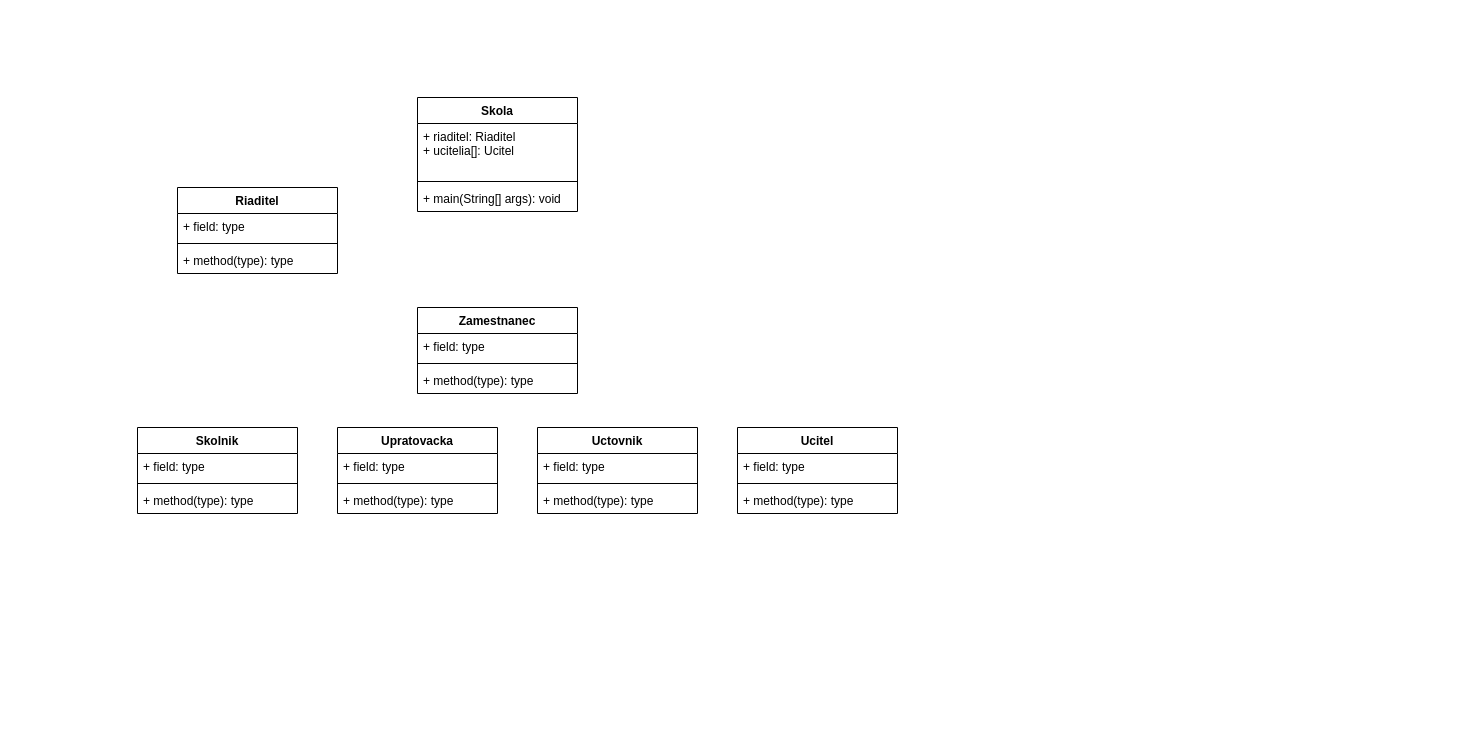
Above: Untitled Diagram.drawio in okmada123/draw.io (draw.io), before the change. Source tidied: cells renumbered, new cells numbered last; positions are measured from the earlier drawing's top-left corner, leaving out a move shared by most shapes. Both pictures are drawn from the tidied source at 100%, with x=0, y=0 at pixel (137, 97).
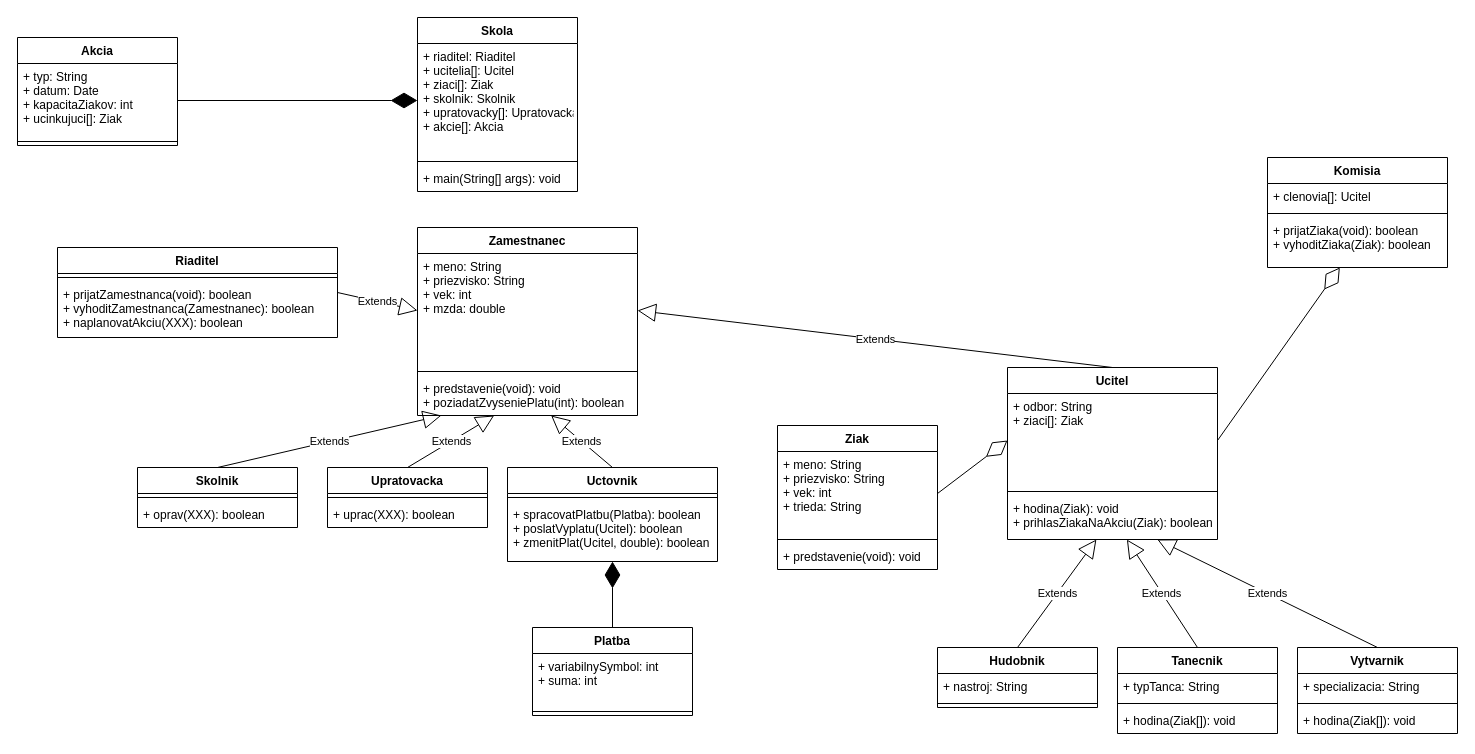
Above is the later version.

What changed in the source:
```diff
@@
     <mxCell id="2" value="Skola" style="swimlane;fontStyle=1;align=center;verticalAlign=top;horizontal=1;startSize=26;" parent="1" vertex="1">
-      <mxGeometry x="280" width="160" height="114" as="geometry" />
+      <mxGeometry x="280" y="-80" width="160" height="174" as="geometry" />
     </mxCell>
-    <mxCell id="3" value="+ riaditel: Riaditel&#10;+ ucitelia[]: Ucitel" style="text;strokeColor=none;fillColor=none;align=left;verticalAlign=top;spacingLeft=4;spacingRight=4;overflow=hidden;points=[[0,0.5],[1,0.5]];portConstraint=eastwest;" parent="2" vertex="1">
-      <mxGeometry y="26" width="160" height="54" as="geometry" />
+    <mxCell id="3" value="+ riaditel: Riaditel&#10;+ ucitelia[]: Ucitel&#10;+ ziaci[]: Ziak&#10;+ skolnik: Skolnik&#10;+ upratovacky[]: Upratovacka&#10;+ akcie[]: Akcia" style="text;strokeColor=none;fillColor=none;align=left;verticalAlign=top;spacingLeft=4;spacingRight=4;overflow=hidden;points=[[0,0.5],[1,0.5]];portConstraint=eastwest;" parent="2" vertex="1">
+      <mxGeometry y="26" width="160" height="114" as="geometry" />
     </mxCell>
     <mxCell id="4" style="line;strokeWidth=1;fillColor=none;align=left;verticalAlign=middle;spacingTop=-1;spacingLeft=3;spacingRight=3;labelPosition=right;" parent="2" vertex="1">
-      <mxGeometry y="80" width="160" height="8" as="geometry" />
+      <mxGeometry y="140" width="160" height="8" as="geometry" />
     </mxCell>
     <mxCell id="5" value="+ main(String[] args): void" style="text;strokeColor=none;fillColor=none;align=left;verticalAlign=top;spacingLeft=4;spacingRight=4;overflow=hidden;" parent="2" vertex="1">
-      <mxGeometry y="88" width="160" height="26" as="geometry" />
+      <mxGeometry y="148" width="160" height="26" as="geometry" />
     </mxCell>
     <mxCell id="6" value="Riaditel" style="swimlane;fontStyle=1;align=center;verticalAlign=top;horizontal=1;startSize=26;" parent="1" vertex="1">
-      <mxGeometry x="40" y="90" width="160" height="86" as="geometry" />
+      <mxGeometry x="-80" y="150" width="280" height="90" as="geometry" />
     </mxCell>
-    <mxCell id="7" value="+ field: type" style="text;strokeColor=none;fillColor=none;align=left;verticalAlign=top;spacingLeft=4;spacingRight=4;overflow=hidden;" parent="6" vertex="1">
-      <mxGeometry y="26" width="160" height="26" as="geometry" />
-    </mxCell>
     <mxCell id="8" style="line;strokeWidth=1;fillColor=none;align=left;verticalAlign=middle;spacingTop=-1;spacingLeft=3;spacingRight=3;labelPosition=right;" parent="6" vertex="1">
-      <mxGeometry y="52" width="160" height="8" as="geometry" />
+      <mxGeometry y="26" width="280" height="8" as="geometry" />
     </mxCell>
-    <mxCell id="9" value="+ method(type): type" style="text;strokeColor=none;fillColor=none;align=left;verticalAlign=top;spacingLeft=4;spacingRight=4;overflow=hidden;" parent="6" vertex="1">
-      <mxGeometry y="60" width="160" height="26" as="geometry" />
+    <mxCell id="9" value="+ prijatZamestnanca(void): boolean&#10;+ vyhoditZamestnanca(Zamestnanec): boolean&#10;+ naplanovatAkciu(XXX): boolean" style="text;strokeColor=none;fillColor=none;align=left;verticalAlign=top;spacingLeft=4;spacingRight=4;overflow=hidden;" parent="6" vertex="1">
+      <mxGeometry y="34" width="280" height="56" as="geometry" />
     </mxCell>
     <mxCell id="10" value="Zamestnanec" style="swimlane;fontStyle=1;align=center;verticalAlign=top;horizontal=1;startSize=26;" parent="1" vertex="1">
-      <mxGeometry x="280" y="210" width="160" height="86" as="geometry" />
+      <mxGeometry x="280" y="130" width="220" height="188" as="geometry" />
     </mxCell>
-    <mxCell id="11" value="+ field: type" style="text;strokeColor=none;fillColor=none;align=left;verticalAlign=top;spacingLeft=4;spacingRight=4;overflow=hidden;points=[[0,0.5],[1,0.5]];portConstraint=eastwest;" parent="10" vertex="1">
-      <mxGeometry y="26" width="160" height="26" as="geometry" />
+    <mxCell id="11" value="+ meno: String&#10;+ priezvisko: String&#10;+ vek: int&#10;+ mzda: double" style="text;strokeColor=none;fillColor=none;align=left;verticalAlign=top;spacingLeft=4;spacingRight=4;overflow=hidden;points=[[0,0.5],[1,0.5]];portConstraint=eastwest;" parent="10" vertex="1">
+      <mxGeometry y="26" width="220" height="114" as="geometry" />
     </mxCell>
     <mxCell id="12" style="line;strokeWidth=1;fillColor=none;align=left;verticalAlign=middle;spacingTop=-1;spacingLeft=3;spacingRight=3;labelPosition=right;" parent="10" vertex="1">
-      <mxGeometry y="52" width="160" height="8" as="geometry" />
+      <mxGeometry y="140" width="220" height="8" as="geometry" />
     </mxCell>
-    <mxCell id="13" value="+ method(type): type" style="text;strokeColor=none;fillColor=none;align=left;verticalAlign=top;spacingLeft=4;spacingRight=4;overflow=hidden;points=[[0,0.5],[1,0.5]];portConstraint=eastwest;" parent="10" vertex="1">
-      <mxGeometry y="60" width="160" height="26" as="geometry" />
+    <mxCell id="13" value="+ predstavenie(void): void&#10;+ poziadatZvyseniePlatu(int): boolean" style="text;strokeColor=none;fillColor=none;align=left;verticalAlign=top;spacingLeft=4;spacingRight=4;overflow=hidden;points=[[0,0.5],[1,0.5]];portConstraint=eastwest;" parent="10" vertex="1">
+      <mxGeometry y="148" width="220" height="40" as="geometry" />
     </mxCell>
     <mxCell id="14" value="Skolnik" style="swimlane;fontStyle=1;align=center;verticalAlign=top;horizontal=1;startSize=26;" parent="1" vertex="1">
-      <mxGeometry y="330" width="160" height="86" as="geometry" />
+      <mxGeometry y="370" width="160" height="60" as="geometry" />
     </mxCell>
-    <mxCell id="15" value="+ field: type" style="text;strokeColor=none;fillColor=none;align=left;verticalAlign=top;spacingLeft=4;spacingRight=4;overflow=hidden;" parent="14" vertex="1">
-      <mxGeometry y="26" width="160" height="26" as="geometry" />
-    </mxCell>
     <mxCell id="16" style="line;strokeWidth=1;fillColor=none;align=left;verticalAlign=middle;spacingTop=-1;spacingLeft=3;spacingRight=3;labelPosition=right;" parent="14" vertex="1">
-      <mxGeometry y="52" width="160" height="8" as="geometry" />
+      <mxGeometry y="26" width="160" height="8" as="geometry" />
     </mxCell>
-    <mxCell id="17" value="+ method(type): type" style="text;strokeColor=none;fillColor=none;align=left;verticalAlign=top;spacingLeft=4;spacingRight=4;overflow=hidden;" parent="14" vertex="1">
-      <mxGeometry y="60" width="160" height="26" as="geometry" />
+    <mxCell id="17" value="+ oprav(XXX): boolean" style="text;strokeColor=none;fillColor=none;align=left;verticalAlign=top;spacingLeft=4;spacingRight=4;overflow=hidden;" parent="14" vertex="1">
+      <mxGeometry y="34" width="160" height="26" as="geometry" />
     </mxCell>
     <mxCell id="18" value="Upratovacka" style="swimlane;fontStyle=1;align=center;verticalAlign=top;horizontal=1;startSize=26;" parent="1" vertex="1">
-      <mxGeometry x="200" y="330" width="160" height="86" as="geometry" />
+      <mxGeometry x="190" y="370" width="160" height="60" as="geometry" />
     </mxCell>
-    <mxCell id="19" value="+ field: type" style="text;strokeColor=none;fillColor=none;align=left;verticalAlign=top;spacingLeft=4;spacingRight=4;overflow=hidden;" parent="18" vertex="1">
-      <mxGeometry y="26" width="160" height="26" as="geometry" />
-    </mxCell>
     <mxCell id="20" style="line;strokeWidth=1;fillColor=none;align=left;verticalAlign=middle;spacingTop=-1;spacingLeft=3;spacingRight=3;labelPosition=right;" parent="18" vertex="1">
-      <mxGeometry y="52" width="160" height="8" as="geometry" />
+      <mxGeometry y="26" width="160" height="8" as="geometry" />
     </mxCell>
-    <mxCell id="21" value="+ method(type): type" style="text;strokeColor=none;fillColor=none;align=left;verticalAlign=top;spacingLeft=4;spacingRight=4;overflow=hidden;" parent="18" vertex="1">
-      <mxGeometry y="60" width="160" height="26" as="geometry" />
+    <mxCell id="21" value="+ uprac(XXX): boolean" style="text;strokeColor=none;fillColor=none;align=left;verticalAlign=top;spacingLeft=4;spacingRight=4;overflow=hidden;" parent="18" vertex="1">
+      <mxGeometry y="34" width="160" height="26" as="geometry" />
     </mxCell>
     <mxCell id="22" value="Uctovnik" style="swimlane;fontStyle=1;align=center;verticalAlign=top;horizontal=1;startSize=26;" parent="1" vertex="1">
-      <mxGeometry x="400" y="330" width="160" height="86" as="geometry" />
+      <mxGeometry x="370" y="370" width="210" height="94" as="geometry" />
     </mxCell>
-    <mxCell id="23" value="+ field: type" style="text;strokeColor=none;fillColor=none;align=left;verticalAlign=top;spacingLeft=4;spacingRight=4;overflow=hidden;" parent="22" vertex="1">
-      <mxGeometry y="26" width="160" height="26" as="geometry" />
-    </mxCell>
     <mxCell id="24" style="line;strokeWidth=1;fillColor=none;align=left;verticalAlign=middle;spacingTop=-1;spacingLeft=3;spacingRight=3;labelPosition=right;" parent="22" vertex="1">
-      <mxGeometry y="52" width="160" height="8" as="geometry" />
+      <mxGeometry y="26" width="210" height="8" as="geometry" />
     </mxCell>
-    <mxCell id="25" value="+ method(type): type" style="text;strokeColor=none;fillColor=none;align=left;verticalAlign=top;spacingLeft=4;spacingRight=4;overflow=hidden;points=[[0,0.5],[1,0.5]];portConstraint=eastwest;" parent="22" vertex="1">
-      <mxGeometry y="60" width="160" height="26" as="geometry" />
+    <mxCell id="25" value="+ spracovatPlatbu(Platba): boolean&#10;+ poslatVyplatu(Ucitel): boolean&#10;+ zmenitPlat(Ucitel, double): boolean" style="text;strokeColor=none;fillColor=none;align=left;verticalAlign=top;spacingLeft=4;spacingRight=4;overflow=hidden;points=[[0,0.5],[1,0.5]];portConstraint=eastwest;" parent="22" vertex="1">
+      <mxGeometry y="34" width="210" height="60" as="geometry" />
     </mxCell>
     <mxCell id="26" value="Ucitel" style="swimlane;fontStyle=1;align=center;verticalAlign=top;horizontal=1;startSize=26;" parent="1" vertex="1">
-      <mxGeometry x="600" y="330" width="160" height="86" as="geometry" />
+      <mxGeometry x="870" y="270" width="210" height="172" as="geometry" />
     </mxCell>
-    <mxCell id="27" value="+ field: type" style="text;strokeColor=none;fillColor=none;align=left;verticalAlign=top;spacingLeft=4;spacingRight=4;overflow=hidden;points=[[0,0.5],[1,0.5]];portConstraint=eastwest;" parent="26" vertex="1">
-      <mxGeometry y="26" width="160" height="26" as="geometry" />
+    <mxCell id="27" value="+ odbor: String&#10;+ ziaci[]: Ziak" style="text;strokeColor=none;fillColor=none;align=left;verticalAlign=top;spacingLeft=4;spacingRight=4;overflow=hidden;points=[[0,0.5],[1,0.5]];portConstraint=eastwest;" parent="26" vertex="1">
+      <mxGeometry y="26" width="210" height="94" as="geometry" />
     </mxCell>
     <mxCell id="28" style="line;strokeWidth=1;fillColor=none;align=left;verticalAlign=middle;spacingTop=-1;spacingLeft=3;spacingRight=3;labelPosition=right;" parent="26" vertex="1">
-      <mxGeometry y="52" width="160" height="8" as="geometry" />
+      <mxGeometry y="120" width="210" height="8" as="geometry" />
     </mxCell>
-    <mxCell id="29" value="+ method(type): type" style="text;strokeColor=none;fillColor=none;align=left;verticalAlign=top;spacingLeft=4;spacingRight=4;overflow=hidden;points=[[0,0.5],[1,0.5]];portConstraint=eastwest;" parent="26" vertex="1">
-      <mxGeometry y="60" width="160" height="26" as="geometry" />
+    <mxCell id="29" value="+ hodina(Ziak): void&#10;+ prihlasZiakaNaAkciu(Ziak): boolean" style="text;strokeColor=none;fillColor=none;align=left;verticalAlign=top;spacingLeft=4;spacingRight=4;overflow=hidden;points=[[0,0.5],[1,0.5]];portConstraint=eastwest;" parent="26" vertex="1">
+      <mxGeometry y="128" width="210" height="44" as="geometry" />
     </mxCell>
+    <mxCell id="30" value="Ziak" style="swimlane;fontStyle=1;align=center;verticalAlign=top;horizontal=1;startSize=26;" parent="1" vertex="1">
+      <mxGeometry x="640" y="328" width="160" height="144" as="geometry" />
+    </mxCell>
+    <mxCell id="31" value="+ meno: String&#10;+ priezvisko: String&#10;+ vek: int&#10;+ trieda: String" style="text;strokeColor=none;fillColor=none;align=left;verticalAlign=top;spacingLeft=4;spacingRight=4;overflow=hidden;points=[[0,0.5],[1,0.5]];portConstraint=eastwest;" parent="30" vertex="1">
+      <mxGeometry y="26" width="160" height="84" as="geometry" />
+    </mxCell>
+    <mxCell id="32" style="line;strokeWidth=1;fillColor=none;align=left;verticalAlign=middle;spacingTop=-1;spacingLeft=3;spacingRight=3;labelPosition=right;" parent="30" vertex="1">
+      <mxGeometry y="110" width="160" height="8" as="geometry" />
+    </mxCell>
+    <mxCell id="33" value="+ predstavenie(void): void" style="text;strokeColor=none;fillColor=none;align=left;verticalAlign=top;spacingLeft=4;spacingRight=4;overflow=hidden;" parent="30" vertex="1">
+      <mxGeometry y="118" width="160" height="26" as="geometry" />
+    </mxCell>
+    <mxCell id="34" value="Extends" style="endArrow=block;endSize=16;endFill=0;html=1;exitX=0.5;exitY=0;exitDx=0;exitDy=0;" parent="1" edge="1" source="14" target="13">
+      <mxGeometry relative="1" as="geometry" />
+    </mxCell>
+    <mxCell id="35" value="Extends" style="endArrow=block;endSize=16;endFill=0;html=1;exitX=0.5;exitY=0;exitDx=0;exitDy=0;" parent="1" edge="1" source="18" target="13">
+      <mxGeometry relative="1" as="geometry" />
+    </mxCell>
+    <mxCell id="36" value="Extends" style="endArrow=block;endSize=16;endFill=0;html=1;exitX=0.5;exitY=0;exitDx=0;exitDy=0;" parent="1" edge="1" source="22" target="13">
+      <mxGeometry relative="1" as="geometry" />
+    </mxCell>
+    <mxCell id="37" value="Extends" style="endArrow=block;endSize=16;endFill=0;html=1;exitX=0.5;exitY=0;exitDx=0;exitDy=0;entryX=1;entryY=0.5;entryDx=0;entryDy=0;" parent="1" edge="1" source="26" target="11">
+      <mxGeometry relative="1" as="geometry" />
+    </mxCell>
+    <mxCell id="38" value="Extends" style="endArrow=block;endSize=16;endFill=0;html=1;exitX=1;exitY=0.5;exitDx=0;exitDy=0;entryX=0;entryY=0.5;entryDx=0;entryDy=0;" parent="1" edge="1" source="6" target="11">
+      <mxGeometry relative="1" as="geometry" />
+    </mxCell>
+    <mxCell id="39" value="Komisia" style="swimlane;fontStyle=1;align=center;verticalAlign=top;horizontal=1;startSize=26;" parent="1" vertex="1">
+      <mxGeometry x="1130" y="60" width="180" height="110" as="geometry" />
+    </mxCell>
+    <mxCell id="40" value="+ clenovia[]: Ucitel" style="text;strokeColor=none;fillColor=none;align=left;verticalAlign=top;spacingLeft=4;spacingRight=4;overflow=hidden;" parent="39" vertex="1">
+      <mxGeometry y="26" width="180" height="26" as="geometry" />
+    </mxCell>
+    <mxCell id="41" style="line;strokeWidth=1;fillColor=none;align=left;verticalAlign=middle;spacingTop=-1;spacingLeft=3;spacingRight=3;labelPosition=right;" parent="39" vertex="1">
+      <mxGeometry y="52" width="180" height="8" as="geometry" />
+    </mxCell>
+    <mxCell id="42" value="+ prijatZiaka(void): boolean&#10;+ vyhoditZiaka(Ziak): boolean" style="text;strokeColor=none;fillColor=none;align=left;verticalAlign=top;spacingLeft=4;spacingRight=4;overflow=hidden;points=[[0,0.5],[1,0.5]];portConstraint=eastwest;" parent="39" vertex="1">
+      <mxGeometry y="60" width="180" height="50" as="geometry" />
+    </mxCell>
+    <mxCell id="43" style="endArrow=diamondThin;endFill=0;endSize=24;html=1;exitX=1;exitY=0.5;exitDx=0;exitDy=0;" parent="1" edge="1" source="27" target="42">
+      <mxGeometry relative="1" as="geometry" />
+    </mxCell>
+    <mxCell id="44" value="Platba" style="swimlane;fontStyle=1;align=center;verticalAlign=top;horizontal=1;startSize=26;" parent="1" vertex="1">
+      <mxGeometry x="395" y="530" width="160" height="88" as="geometry" />
+    </mxCell>
+    <mxCell id="45" value="+ variabilnySymbol: int&#10;+ suma: int" style="text;strokeColor=none;fillColor=none;align=left;verticalAlign=top;spacingLeft=4;spacingRight=4;overflow=hidden;" parent="44" vertex="1">
+      <mxGeometry y="26" width="160" height="54" as="geometry" />
+    </mxCell>
+    <mxCell id="46" style="line;strokeWidth=1;fillColor=none;align=left;verticalAlign=middle;spacingTop=-1;spacingLeft=3;spacingRight=3;labelPosition=right;" parent="44" vertex="1">
+      <mxGeometry y="80" width="160" height="8" as="geometry" />
+    </mxCell>
+    <mxCell id="47" style="endArrow=diamondThin;endFill=1;endSize=24;html=1;exitX=0.5;exitY=0;exitDx=0;exitDy=0;" parent="1" edge="1" source="44" target="25">
+      <mxGeometry relative="1" as="geometry" />
+    </mxCell>
+    <mxCell id="48" value="Akcia" style="swimlane;fontStyle=1;align=center;verticalAlign=top;horizontal=1;startSize=26;" parent="1" vertex="1">
+      <mxGeometry x="-120" y="-60" width="160" height="108" as="geometry" />
+    </mxCell>
+    <mxCell id="49" value="+ typ: String&#10;+ datum: Date&#10;+ kapacitaZiakov: int&#10;+ ucinkujuci[]: Ziak" style="text;strokeColor=none;fillColor=none;align=left;verticalAlign=top;spacingLeft=4;spacingRight=4;overflow=hidden;points=[[0,0.5],[1,0.5]];portConstraint=eastwest;" parent="48" vertex="1">
+      <mxGeometry y="26" width="160" height="74" as="geometry" />
+    </mxCell>
+    <mxCell id="50" style="line;strokeWidth=1;fillColor=none;align=left;verticalAlign=middle;spacingTop=-1;spacingLeft=3;spacingRight=3;labelPosition=right;" parent="48" vertex="1">
+      <mxGeometry y="100" width="160" height="8" as="geometry" />
+    </mxCell>
+    <mxCell id="51" style="endArrow=diamondThin;endFill=1;endSize=24;html=1;exitX=1;exitY=0.5;exitDx=0;exitDy=0;entryX=0;entryY=0.5;entryDx=0;entryDy=0;" parent="1" edge="1" source="49" target="3">
+      <mxGeometry relative="1" as="geometry" />
+    </mxCell>
+    <mxCell id="52" value="Hudobnik" style="swimlane;fontStyle=1;align=center;verticalAlign=top;horizontal=1;startSize=26;" parent="1" vertex="1">
+      <mxGeometry x="800" y="550" width="160" height="60" as="geometry" />
+    </mxCell>
+    <mxCell id="53" value="+ nastroj: String" style="text;strokeColor=none;fillColor=none;align=left;verticalAlign=top;spacingLeft=4;spacingRight=4;overflow=hidden;" parent="52" vertex="1">
+      <mxGeometry y="26" width="160" height="26" as="geometry" />
+    </mxCell>
+    <mxCell id="54" style="line;strokeWidth=1;fillColor=none;align=left;verticalAlign=middle;spacingTop=-1;spacingLeft=3;spacingRight=3;labelPosition=right;" parent="52" vertex="1">
+      <mxGeometry y="52" width="160" height="8" as="geometry" />
+    </mxCell>
+    <mxCell id="55" value="Tanecnik" style="swimlane;fontStyle=1;align=center;verticalAlign=top;horizontal=1;startSize=26;" parent="1" vertex="1">
+      <mxGeometry x="980" y="550" width="160" height="86" as="geometry" />
+    </mxCell>
+    <mxCell id="56" value="+ typTanca: String" style="text;strokeColor=none;fillColor=none;align=left;verticalAlign=top;spacingLeft=4;spacingRight=4;overflow=hidden;" parent="55" vertex="1">
+      <mxGeometry y="26" width="160" height="26" as="geometry" />
+    </mxCell>
+    <mxCell id="57" style="line;strokeWidth=1;fillColor=none;align=left;verticalAlign=middle;spacingTop=-1;spacingLeft=3;spacingRight=3;labelPosition=right;" parent="55" vertex="1">
+      <mxGeometry y="52" width="160" height="8" as="geometry" />
+    </mxCell>
+    <mxCell id="58" value="+ hodina(Ziak[]): void" style="text;strokeColor=none;fillColor=none;align=left;verticalAlign=top;spacingLeft=4;spacingRight=4;overflow=hidden;" parent="55" vertex="1">
+      <mxGeometry y="60" width="160" height="26" as="geometry" />
+    </mxCell>
+    <mxCell id="59" value="Vytvarnik" style="swimlane;fontStyle=1;align=center;verticalAlign=top;horizontal=1;startSize=26;" parent="1" vertex="1">
+      <mxGeometry x="1160" y="550" width="160" height="86" as="geometry" />
+    </mxCell>
+    <mxCell id="60" value="+ specializacia: String" style="text;strokeColor=none;fillColor=none;align=left;verticalAlign=top;spacingLeft=4;spacingRight=4;overflow=hidden;" parent="59" vertex="1">
+      <mxGeometry y="26" width="160" height="26" as="geometry" />
+    </mxCell>
+    <mxCell id="61" style="line;strokeWidth=1;fillColor=none;align=left;verticalAlign=middle;spacingTop=-1;spacingLeft=3;spacingRight=3;labelPosition=right;" parent="59" vertex="1">
+      <mxGeometry y="52" width="160" height="8" as="geometry" />
+    </mxCell>
+    <mxCell id="62" value="+ hodina(Ziak[]): void" style="text;strokeColor=none;fillColor=none;align=left;verticalAlign=top;spacingLeft=4;spacingRight=4;overflow=hidden;" parent="59" vertex="1">
+      <mxGeometry y="60" width="160" height="26" as="geometry" />
+    </mxCell>
+    <mxCell id="63" value="Extends" style="endArrow=block;endSize=16;endFill=0;html=1;exitX=0.5;exitY=0;exitDx=0;exitDy=0;" parent="1" edge="1" source="52" target="29">
+      <mxGeometry relative="1" as="geometry" />
+    </mxCell>
+    <mxCell id="64" value="Extends" style="endArrow=block;endSize=16;endFill=0;html=1;exitX=0.5;exitY=0;exitDx=0;exitDy=0;" parent="1" edge="1" source="55" target="29">
+      <mxGeometry relative="1" as="geometry" />
+    </mxCell>
+    <mxCell id="65" value="Extends" style="endArrow=block;endSize=16;endFill=0;html=1;exitX=0.5;exitY=0;exitDx=0;exitDy=0;" parent="1" edge="1" source="59" target="29">
+      <mxGeometry relative="1" as="geometry" />
+    </mxCell>
+    <mxCell id="66" style="endArrow=diamondThin;endFill=0;endSize=24;html=1;exitX=1;exitY=0.5;exitDx=0;exitDy=0;entryX=0;entryY=0.5;entryDx=0;entryDy=0;" parent="1" edge="1" source="31" target="27">
+      <mxGeometry relative="1" as="geometry" />
+    </mxCell>
```
